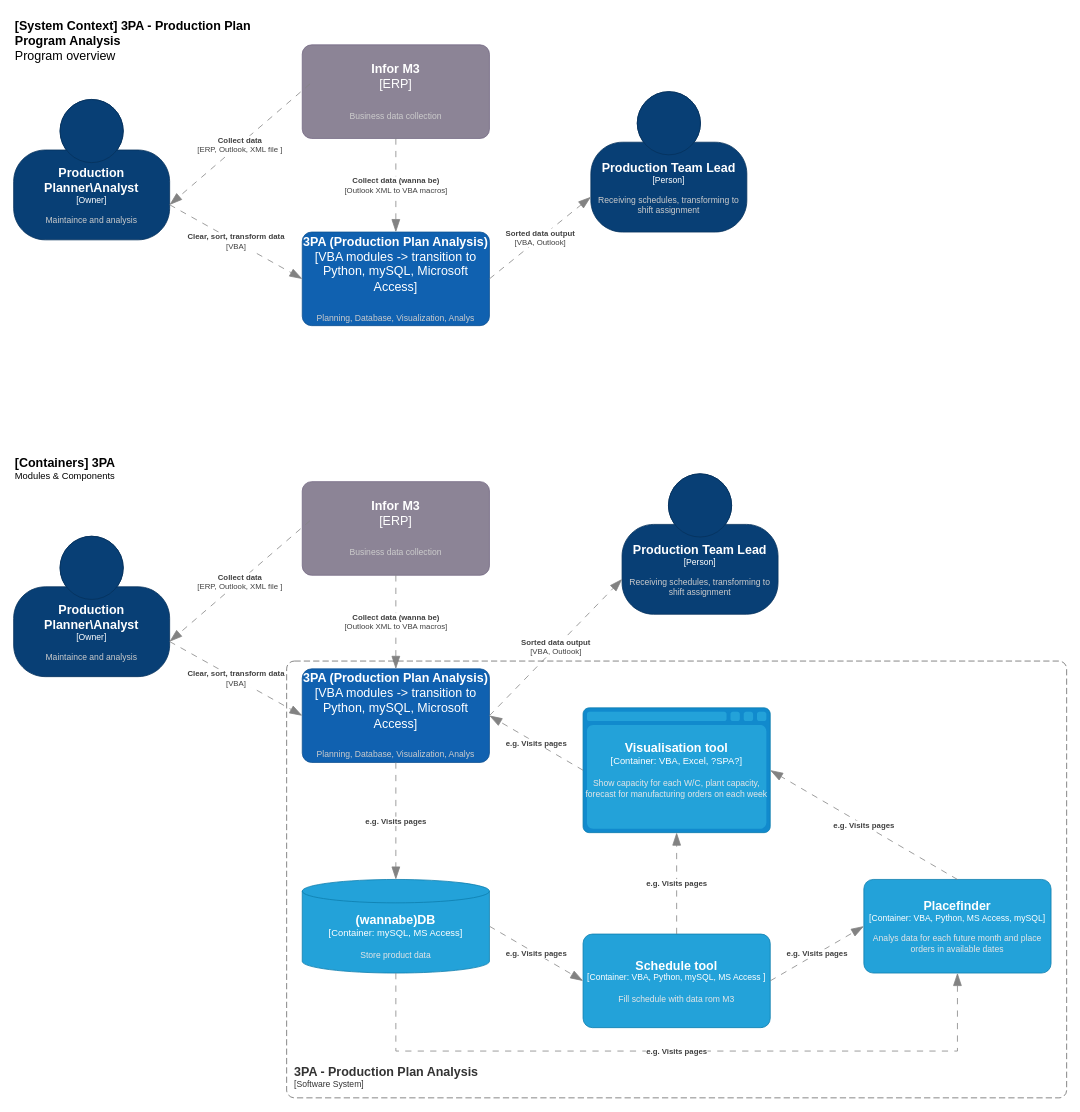
The draw.io diagram 3PA lvl 2.drawio in BroadSide3/BroadSide3.github.io, before the edit. Source tidied: cells renumbered, new cells numbered last; positions are measured from the earlier drawing's top-left corner, leaving out a move shared by most shapes. Both pictures are drawn from the tidied source at 78%, with x=0, y=0 at pixel (13, 13).
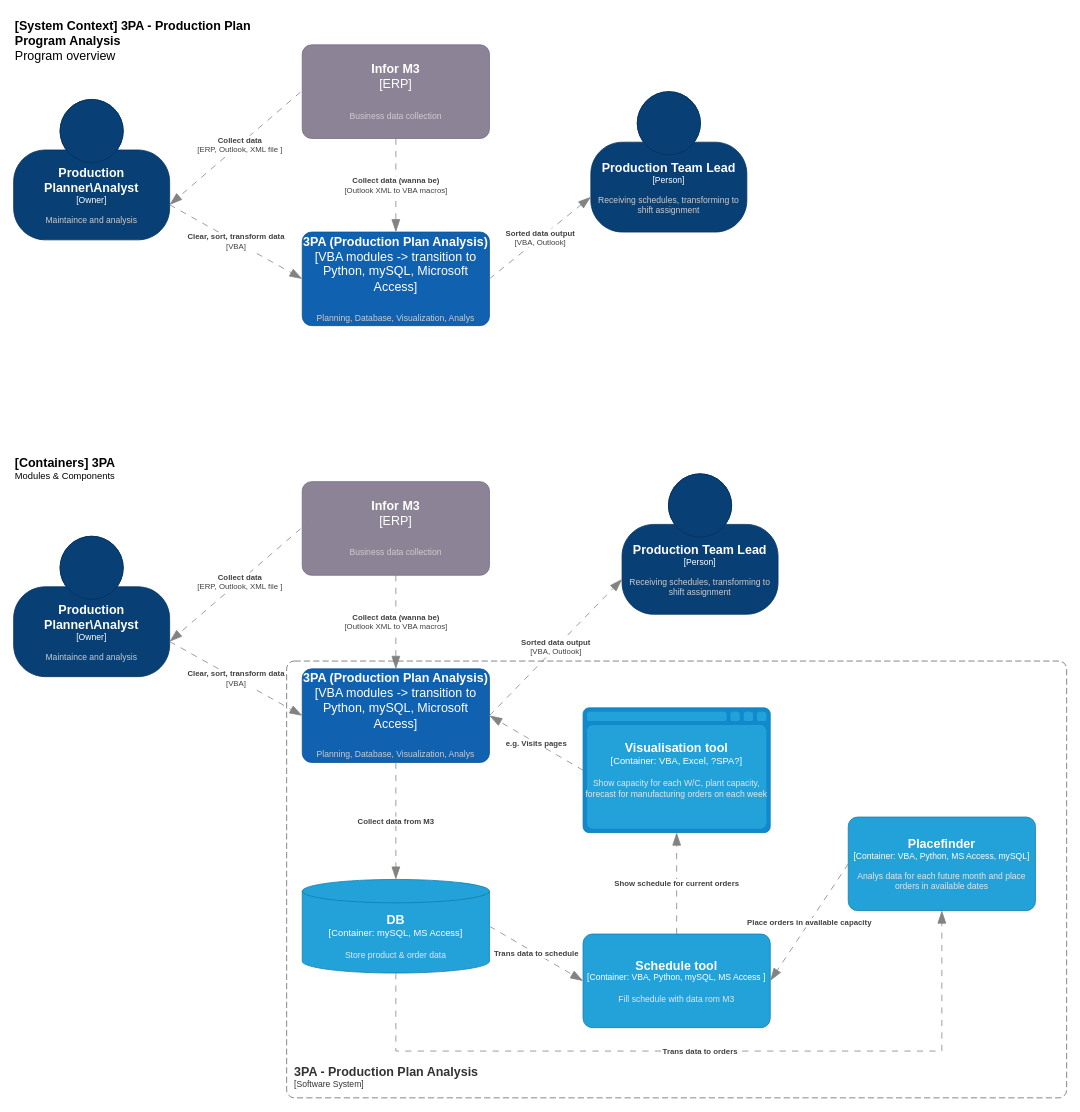
The same page after the edit.

The change refers to these unchanged cells:
```xml
<object id="13" label="&lt;font style=&quot;font-size: 16px&quot;&gt;&lt;b&gt;%c4Name%&lt;/b&gt;&lt;/font&gt;&lt;div&gt;[%c4Type%]&lt;/div&gt;&lt;br&gt;&lt;div&gt;&lt;font style=&quot;font-size: 11px&quot;&gt;&lt;font color=&quot;#cccccc&quot;&gt;%c4Description%&lt;/font&gt;&lt;/div&gt;" c4Description="Planning, Database, Visualization, Analys" c4Name="3PA (Production Plan Analysis)" c4Type="VBA modules -&gt; transition to Python, mySQL, Microsoft Access" placeholders="1">
  <mxCell style="rounded=1;whiteSpace=wrap;html=1;labelBackgroundColor=none;fillColor=#1061B0;fontColor=#ffffff;align=center;arcSize=10;strokeColor=#0D5091;points=[[0.25,0,0],[0.5,0,0],[0.75,0,0],[1,0.25,0],[1,0.5,0],[1,0.75,0],[0.75,1,0],[0.5,1,0],[0.25,1,0],[0,0.75,0],[0,0.5,0],[0,0.25,0]];fontSize=16;" parent="1" vertex="1">
    <mxGeometry x="370" y="840" width="240" height="120" as="geometry" />
  </mxCell>
</object>
<object id="22" label="&lt;font style=&quot;font-size: 16px&quot;&gt;&lt;b&gt;%c4Name%&lt;/b&gt;&lt;/font&gt;&lt;div&gt;[%c4Type%: %c4Technology%]&lt;/div&gt;&lt;br&gt;&lt;div&gt;&lt;font style=&quot;font-size: 11px&quot;&gt;&lt;font color=&quot;#E6E6E6&quot;&gt;%c4Description%&lt;/font&gt;&lt;/div&gt;" c4Description="Fill schedule with data rom M3" c4Name="Schedule tool" c4Technology="VBA, Python, mySQL, MS Access " c4Type="Container" placeholders="1">
  <mxCell style="rounded=1;whiteSpace=wrap;html=1;fontSize=11;labelBackgroundColor=none;fillColor=#23A2D9;fontColor=#ffffff;align=center;arcSize=10;strokeColor=#0E7DAD;points=[[0.25,0,0],[0.5,0,0],[0.75,0,0],[1,0.25,0],[1,0.5,0],[1,0.75,0],[0.75,1,0],[0.5,1,0],[0.25,1,0],[0,0.75,0],[0,0.5,0],[0,0.25,0]];" parent="1" vertex="1">
    <mxGeometry x="730" y="1180" width="240" height="120" as="geometry" />
  </mxCell>
</object>
<object id="23" label="&lt;font style=&quot;font-size: 16px&quot;&gt;&lt;b&gt;%c4Type%&lt;/b&gt;&lt;/font&gt;&lt;div&gt;[%c4Container%:&amp;nbsp;%c4Technology%]&lt;/div&gt;&lt;br&gt;&lt;div&gt;&lt;font style=&quot;font-size: 11px&quot;&gt;&lt;font color=&quot;#E6E6E6&quot;&gt;%c4Description%&lt;/font&gt;&lt;/div&gt;" c4Container="Container" c4Description="Show capacity for each W/C, plant capacity, forecast for manufacturing orders on each week" c4Technology="VBA, Excel, ?SPA?" c4Type="Visualisation tool" placeholders="1">
  <mxCell style="shape=mxgraph.c4.webBrowserContainer2;whiteSpace=wrap;html=1;boundedLbl=1;rounded=0;labelBackgroundColor=none;strokeColor=#118ACD;fillColor=#23A2D9;strokeColor=#118ACD;strokeColor2=#0E7DAD;fontSize=12;fontColor=#ffffff;align=center;points=[[0.5,0,0],[1,0.25,0],[1,0.5,0],[1,0.75,0],[0.5,1,0],[0,0.75,0],[0,0.5,0],[0,0.25,0]];" parent="1" vertex="1">
    <mxGeometry x="730" y="890" width="240" height="160" as="geometry" />
  </mxCell>
</object>
```

The edit, as a diff of the source:
```diff
@@
-    <object id="21" label="&lt;font style=&quot;font-size: 16px&quot;&gt;&lt;b&gt;%c4Type%&lt;/b&gt;&lt;/font&gt;&lt;div&gt;[%c4Container%:&amp;nbsp;%c4Technology%]&lt;/div&gt;&lt;br&gt;&lt;div&gt;&lt;font style=&quot;font-size: 11px&quot;&gt;&lt;font color=&quot;#E6E6E6&quot;&gt;%c4Description%&lt;/font&gt;&lt;/div&gt;" c4Container="Container" c4Description="Store product data " c4Technology="mySQL, MS Access" c4Type="(wannabe)DB" placeholders="1">
+    <object id="21" label="&lt;font style=&quot;font-size: 16px&quot;&gt;&lt;b&gt;%c4Type%&lt;/b&gt;&lt;/font&gt;&lt;div&gt;[%c4Container%:&amp;nbsp;%c4Technology%]&lt;/div&gt;&lt;br&gt;&lt;div&gt;&lt;font style=&quot;font-size: 11px&quot;&gt;&lt;font color=&quot;#E6E6E6&quot;&gt;%c4Description%&lt;/font&gt;&lt;/div&gt;" c4Container="Container" c4Description="Store product &amp; order data " c4Technology="mySQL, MS Access" c4Type="DB" placeholders="1">
       <mxCell style="shape=cylinder3;size=15;whiteSpace=wrap;html=1;boundedLbl=1;rounded=0;labelBackgroundColor=none;fillColor=#23A2D9;fontSize=12;fontColor=#ffffff;align=center;strokeColor=#0E7DAD;points=[[0.5,0,0],[1,0.25,0],[1,0.5,0],[1,0.75,0],[0.5,1,0],[0,0.75,0],[0,0.5,0],[0,0.25,0]];" parent="1" vertex="1">
         <mxGeometry x="370" y="1110" width="240" height="120" as="geometry" />
       </mxCell>
     </object>
@@
     <object id="24" label="&lt;font style=&quot;font-size: 16px&quot;&gt;&lt;b&gt;%c4Name%&lt;/b&gt;&lt;/font&gt;&lt;div&gt;[%c4Type%: %c4Technology%]&lt;/div&gt;&lt;br&gt;&lt;div&gt;&lt;font style=&quot;font-size: 11px&quot;&gt;&lt;font color=&quot;#E6E6E6&quot;&gt;%c4Description%&lt;/font&gt;&lt;/div&gt;" c4Description="Analys data for each future month and place orders in available dates " c4Name="Placefinder" c4Technology="VBA, Python, MS Access, mySQL" c4Type="Container" placeholders="1">
       <mxCell style="rounded=1;whiteSpace=wrap;html=1;fontSize=11;labelBackgroundColor=none;fillColor=#23A2D9;fontColor=#ffffff;align=center;arcSize=10;strokeColor=#0E7DAD;points=[[0.25,0,0],[0.5,0,0],[0.75,0,0],[1,0.25,0],[1,0.5,0],[1,0.75,0],[0.75,1,0],[0.5,1,0],[0.25,1,0],[0,0.75,0],[0,0.5,0],[0,0.25,0]];" parent="1" vertex="1">
-        <mxGeometry x="1090" y="1110" width="240" height="120" as="geometry" />
+        <mxGeometry x="1070" y="1030" width="240" height="120" as="geometry" />
       </mxCell>
     </object>
-    <object id="25" label="&lt;div style=&quot;text-align: left&quot;&gt;&lt;div style=&quot;text-align: center&quot;&gt;&lt;b&gt;%c4Description%&lt;/b&gt;&lt;/div&gt;" c4Description="e.g. Visits pages" placeholders="1">
+    <object id="25" label="&lt;div style=&quot;text-align: left&quot;&gt;&lt;div style=&quot;text-align: center&quot;&gt;&lt;b&gt;%c4Description%&lt;/b&gt;&lt;/div&gt;" c4Description="Collect data from M3" placeholders="1">
       <mxCell style="endArrow=blockThin;html=1;fontSize=10;fontColor=#404040;strokeWidth=1;endFill=1;strokeColor=#828282;elbow=vertical;endSize=14;startSize=14;jumpStyle=arc;jumpSize=16;rounded=0;exitX=0.5;exitY=1;exitDx=0;exitDy=0;exitPerimeter=0;dashed=1;dashPattern=8 8;" parent="1" edge="1" source="13">
         <mxGeometry relative="1" as="geometry">
           <mxPoint x="490" y="1110" as="targetPoint" />
         </mxGeometry>
       </mxCell>
     </object>
-    <object id="26" label="&lt;div style=&quot;text-align: left&quot;&gt;&lt;div style=&quot;text-align: center&quot;&gt;&lt;b&gt;%c4Description%&lt;/b&gt;&lt;/div&gt;" c4Description="e.g. Visits pages" placeholders="1">
-      <mxCell style="endArrow=blockThin;html=1;fontSize=10;fontColor=#404040;strokeWidth=1;endFill=1;strokeColor=#828282;elbow=vertical;endSize=14;startSize=14;jumpStyle=arc;jumpSize=16;rounded=0;exitX=1;exitY=0.5;exitDx=0;exitDy=0;exitPerimeter=0;dashed=1;dashPattern=8 8;entryX=0;entryY=0.5;entryDx=0;entryDy=0;entryPerimeter=0;" parent="1" edge="1" source="21" target="22">
+    <object id="26" label="&lt;div style=&quot;text-align: left&quot;&gt;&lt;div style=&quot;text-align: center&quot;&gt;&lt;b&gt;%c4Description%&lt;/b&gt;&lt;/div&gt;" c4Description="Trans data to schedule" placeholders="1">
+      <mxCell style="endArrow=blockThin;html=1;fontSize=10;fontColor=#404040;strokeWidth=1;endFill=1;strokeColor=#828282;elbow=vertical;endSize=14;startSize=14;jumpStyle=arc;jumpSize=16;rounded=0;exitX=1;exitY=0.5;exitDx=0;exitDy=0;exitPerimeter=0;dashed=1;dashPattern=8 8;entryX=0;entryY=0.5;entryDx=0;entryDy=0;entryPerimeter=0;verticalAlign=middle;" parent="1" edge="1" source="21" target="22">
         <mxGeometry relative="1" as="geometry" />
       </mxCell>
     </object>
-    <object id="27" label="&lt;div style=&quot;text-align: left&quot;&gt;&lt;div style=&quot;text-align: center&quot;&gt;&lt;b&gt;%c4Description%&lt;/b&gt;&lt;/div&gt;" c4Description="e.g. Visits pages" placeholders="1">
-      <mxCell style="endArrow=blockThin;html=1;fontSize=10;fontColor=#404040;strokeWidth=1;endFill=1;strokeColor=#828282;elbow=vertical;endSize=14;startSize=14;jumpStyle=arc;jumpSize=16;rounded=0;exitX=1;exitY=0.5;exitDx=0;exitDy=0;exitPerimeter=0;dashed=1;dashPattern=8 8;entryX=0;entryY=0.5;entryDx=0;entryDy=0;entryPerimeter=0;" parent="1" edge="1" source="22" target="24">
+    <object id="27" label="&lt;div style=&quot;text-align: left&quot;&gt;&lt;div style=&quot;text-align: center&quot;&gt;&lt;b&gt;%c4Description%&lt;/b&gt;&lt;/div&gt;" c4Description="Place orders in available capacity " placeholders="1">
+      <mxCell style="endArrow=blockThin;html=1;fontSize=10;fontColor=#404040;strokeWidth=1;endFill=1;strokeColor=#828282;elbow=vertical;endSize=14;startSize=14;jumpStyle=arc;jumpSize=16;rounded=0;exitX=0;exitY=0.5;exitDx=0;exitDy=0;exitPerimeter=0;dashed=1;dashPattern=8 8;entryX=1;entryY=0.5;entryDx=0;entryDy=0;entryPerimeter=0;" parent="1" edge="1" source="24" target="22">
         <mxGeometry relative="1" as="geometry" />
       </mxCell>
     </object>
-    <object id="28" label="&lt;div style=&quot;text-align: left&quot;&gt;&lt;div style=&quot;text-align: center&quot;&gt;&lt;b&gt;%c4Description%&lt;/b&gt;&lt;/div&gt;" c4Description="e.g. Visits pages" placeholders="1">
-      <mxCell style="endArrow=blockThin;html=1;fontSize=10;fontColor=#404040;strokeWidth=1;endFill=1;strokeColor=#828282;elbow=vertical;endSize=14;startSize=14;jumpStyle=arc;jumpSize=16;rounded=0;exitX=0.5;exitY=0;exitDx=0;exitDy=0;exitPerimeter=0;dashed=1;dashPattern=8 8;entryX=1;entryY=0.5;entryDx=0;entryDy=0;entryPerimeter=0;" parent="1" edge="1" source="24" target="23">
-        <mxGeometry relative="1" as="geometry" />
-      </mxCell>
-    </object>
-    <object id="29" label="&lt;div style=&quot;text-align: left&quot;&gt;&lt;div style=&quot;text-align: center&quot;&gt;&lt;b&gt;%c4Description%&lt;/b&gt;&lt;/div&gt;" c4Description="e.g. Visits pages" placeholders="1">
+    <object id="29" label="&lt;div style=&quot;text-align: left&quot;&gt;&lt;div style=&quot;text-align: center&quot;&gt;&lt;b&gt;%c4Description%&lt;/b&gt;&lt;/div&gt;" c4Description="Show schedule for current orders" placeholders="1">
       <mxCell style="endArrow=blockThin;html=1;fontSize=10;fontColor=#404040;strokeWidth=1;endFill=1;strokeColor=#828282;elbow=vertical;endSize=14;startSize=14;jumpStyle=arc;jumpSize=16;rounded=0;exitX=0.5;exitY=0;exitDx=0;exitDy=0;exitPerimeter=0;dashed=1;dashPattern=8 8;entryX=0.5;entryY=1;entryDx=0;entryDy=0;entryPerimeter=0;" parent="1" edge="1" source="22" target="23">
         <mxGeometry relative="1" as="geometry" />
       </mxCell>
     </object>
-    <object id="30" label="&lt;div style=&quot;text-align: left&quot;&gt;&lt;div style=&quot;text-align: center&quot;&gt;&lt;b&gt;%c4Description%&lt;/b&gt;&lt;/div&gt;" c4Description="e.g. Visits pages" placeholders="1">
+    <object id="30" label="&lt;div style=&quot;text-align: left&quot;&gt;&lt;div style=&quot;text-align: center&quot;&gt;&lt;b&gt;%c4Description%&lt;/b&gt;&lt;/div&gt;" c4Description="Trans data to orders" placeholders="1">
       <mxCell style="endArrow=blockThin;html=1;fontSize=10;fontColor=#404040;strokeWidth=1;endFill=1;strokeColor=#828282;elbow=vertical;endSize=14;startSize=14;jumpStyle=arc;jumpSize=16;rounded=0;exitX=0.5;exitY=1;exitDx=0;exitDy=0;exitPerimeter=0;dashed=1;dashPattern=8 8;entryX=0.5;entryY=1;entryDx=0;entryDy=0;entryPerimeter=0;edgeStyle=orthogonalEdgeStyle;" parent="1" edge="1" source="21" target="24">
         <mxGeometry relative="1" as="geometry">
           <Array as="points">
             <mxPoint x="490" y="1330" />
-            <mxPoint x="1210" y="1330" />
+            <mxPoint x="1190" y="1330" />
           </Array>
         </mxGeometry>
       </mxCell>
     </object>
```
